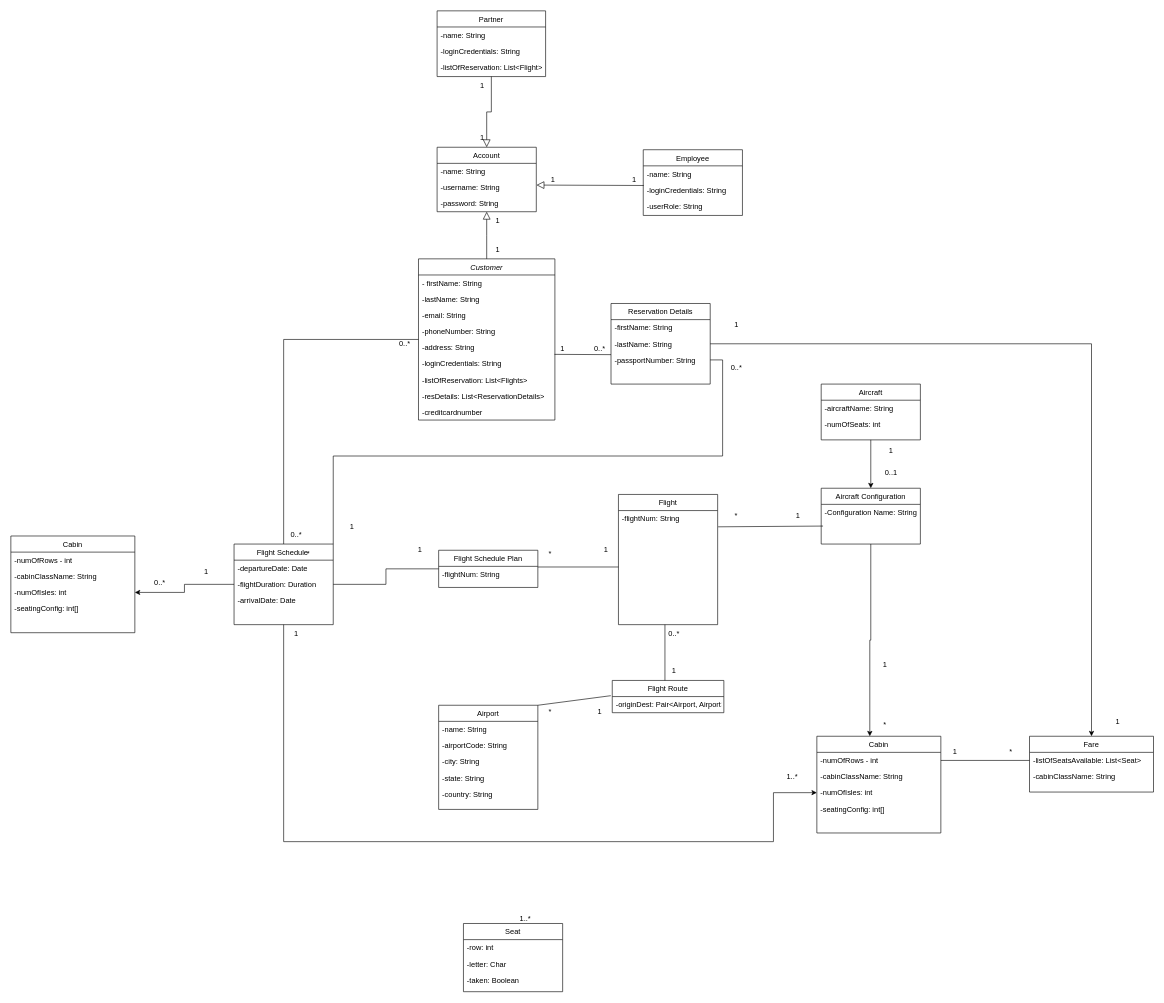
This is ENTITY CLASS DIAGRAM.drawio from glennquah/Flight-Enterprise-System, a draw.io file, before an edit. Source tidied: cells renumbered, new cells numbered last; positions are measured from the earlier drawing's top-left corner, leaving out a move shared by most shapes. Both pictures are drawn from the tidied source at 62%, with x=0, y=0 at pixel (11, 11).
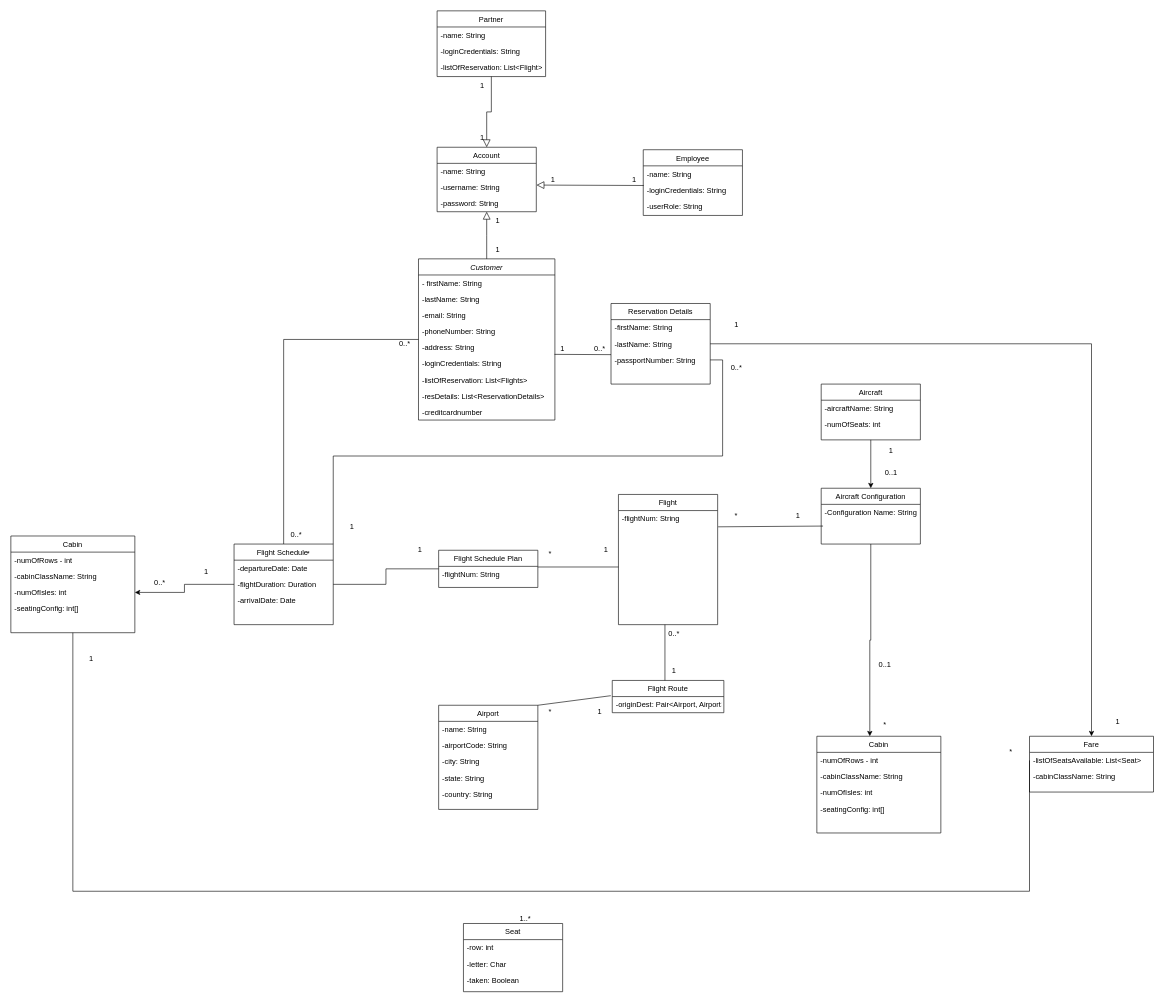
The same diagram, later.

Unchanged cells that the change refers to:
```xml
<mxCell id="32" value="-numOfRows - int" style="text;align=left;verticalAlign=top;spacingLeft=4;spacingRight=4;overflow=hidden;points=[[0,0.5],[1,0.5]];portConstraint=eastwest;" parent="31" vertex="1">
  <mxGeometry y="26" width="200" height="26" as="geometry" />
</mxCell>
<mxCell id="34" value="-numOfIsles: int" style="text;align=left;verticalAlign=top;spacingLeft=4;spacingRight=4;overflow=hidden;points=[[0,0.5],[1,0.5]];portConstraint=eastwest;rounded=0;shadow=0;html=0;" parent="31" vertex="1">
  <mxGeometry y="78" width="200" height="26" as="geometry" />
</mxCell>
<mxCell id="82" value="Flight Schedule " style="swimlane;fontStyle=0;align=center;verticalAlign=top;horizontal=1;startSize=26;rounded=0;shadow=0;strokeWidth=1;" parent="1" vertex="1">
  <mxGeometry x="360" y="860" width="160" height="130" as="geometry" />
</mxCell>
<mxCell id="90" value="-listOfSeatsAvailable: List&lt;Seat&gt;" style="text;align=left;verticalAlign=top;spacingLeft=4;spacingRight=4;overflow=hidden;points=[[0,0.5],[1,0.5]];portConstraint=eastwest;" parent="89" vertex="1">
  <mxGeometry y="26" width="200" height="26" as="geometry" />
</mxCell>
<mxCell id="111" value="Cabin" style="swimlane;fontStyle=0;align=center;verticalAlign=top;horizontal=1;startSize=26;rounded=0;shadow=0;strokeWidth=1;" parent="1" vertex="1">
  <mxGeometry y="847" width="200" height="156" as="geometry" />
</mxCell>
```

The edit, as a diff of the source:
```diff
@@
-    <mxCell id="81" style="edgeStyle=orthogonalEdgeStyle;rounded=0;jettySize=auto;html=1;entryX=0;entryY=0.5;entryDx=0;entryDy=0;" parent="1" edge="1" source="82" target="34">
-      <mxGeometry relative="1" as="geometry">
-        <Array as="points">
-          <mxPoint x="440" y="1340" />
-          <mxPoint x="1230" y="1340" />
-          <mxPoint x="1230" y="1261" />
-        </Array>
-      </mxGeometry>
-    </mxCell>
@@
-    <mxCell id="92" style="edgeStyle=orthogonalEdgeStyle;rounded=0;jettySize=auto;html=1;entryX=0;entryY=0.5;entryDx=0;entryDy=0;endArrow=none;endFill=0;" parent="1" edge="1" source="32" target="90">
-      <mxGeometry relative="1" as="geometry" />
+    <mxCell id="92" style="edgeStyle=orthogonalEdgeStyle;rounded=0;jettySize=auto;html=1;entryX=0;entryY=0.5;entryDx=0;entryDy=0;endArrow=none;endFill=0;exitX=0.5;exitY=1;exitDx=0;exitDy=0;" parent="1" edge="1" source="111" target="90">
+      <mxGeometry relative="1" as="geometry">
+        <Array as="points">
+          <mxPoint x="100" y="1420" />
+          <mxPoint x="1643" y="1420" />
+        </Array>
+      </mxGeometry>
     </mxCell>
     <mxCell id="93" value="1" style="text;html=1;strokeColor=none;fillColor=none;align=center;verticalAlign=middle;whiteSpace=wrap;rounded=0;" parent="1" vertex="1">
-      <mxGeometry x="1493" y="1180" width="60" height="30" as="geometry" />
+      <mxGeometry x="100" y="1030" width="60" height="30" as="geometry" />
     </mxCell>
@@
-    <mxCell id="99" value="1" style="text;html=1;strokeColor=none;fillColor=none;align=center;verticalAlign=middle;whiteSpace=wrap;rounded=0;" parent="1" vertex="1">
+    <mxCell id="99" value="0..1" style="text;html=1;strokeColor=none;fillColor=none;align=center;verticalAlign=middle;whiteSpace=wrap;rounded=0;" parent="1" vertex="1">
       <mxGeometry x="1380" y="1040" width="60" height="30" as="geometry" />
     </mxCell>
@@
-    <mxCell id="106" value="1" style="text;html=1;align=center;verticalAlign=middle;strokeColor=none;fillColor=none;" parent="1" vertex="1">
-      <mxGeometry x="445" y="990" width="30" height="30" as="geometry" />
-    </mxCell>
-    <mxCell id="107" value="1..*" style="text;html=1;align=center;verticalAlign=middle;strokeColor=none;fillColor=none;" parent="1" vertex="1">
-      <mxGeometry x="1240" y="1220" width="40" height="30" as="geometry" />
-    </mxCell>
```
